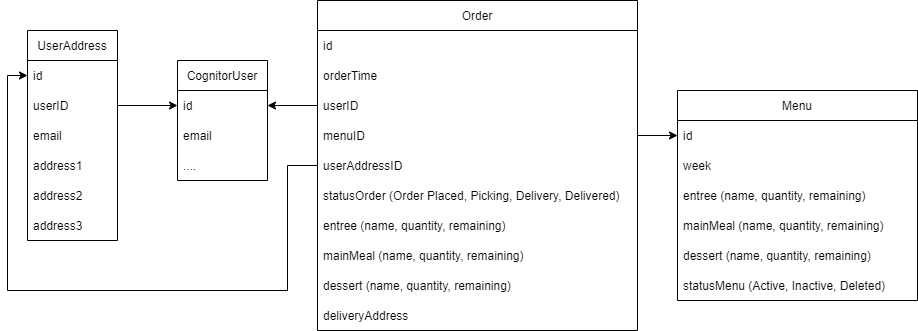
The draw.io diagram Tables.png in tritri251214/exercise-hel, before a commit. Source tidied: cells renumbered, new cells last; positions are measured from the earlier drawing's top-left corner, leaving out a move shared by most shapes.
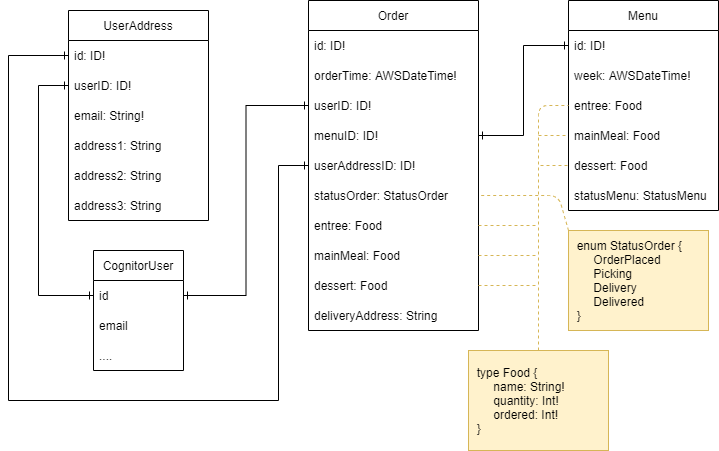
The same file after the commit.

Change to the diagram source:
```diff
@@ -2,97 +2,94 @@
   <root>
     <mxCell id="0" />
     <mxCell id="1" parent="0" />
-    <mxCell id="2" style="edgeStyle=orthogonalEdgeStyle;rounded=0;jettySize=auto;html=1;fontFamily=Helvetica;fontSize=12;fontColor=default;entryX=0;entryY=0.5;entryDx=0;entryDy=0;exitX=1;exitY=0.5;exitDx=0;exitDy=0;" parent="1" edge="1" source="5" target="31">
-      <mxGeometry relative="1" as="geometry" />
+    <mxCell id="2" style="edgeStyle=orthogonalEdgeStyle;rounded=0;jettySize=auto;html=1;fontFamily=Helvetica;fontSize=12;fontColor=default;entryX=0;entryY=0.5;entryDx=0;entryDy=0;exitX=0;exitY=0.5;exitDx=0;exitDy=0;endArrow=ERone;endFill=0;startArrow=ERone;startFill=0;" parent="1" edge="1" source="5" target="31">
+      <mxGeometry relative="1" as="geometry">
+        <Array as="points">
+          <mxPoint x="240" y="35" />
+          <mxPoint x="240" y="245" />
+        </Array>
+      </mxGeometry>
     </mxCell>
     <mxCell id="3" value="UserAddress" style="swimlane;fontStyle=0;horizontal=1;startSize=30;" parent="1" vertex="1">
-      <mxGeometry x="20" y="30" width="90" height="210" as="geometry" />
+      <mxGeometry x="270" y="-40" width="140" height="210" as="geometry" />
     </mxCell>
-    <mxCell id="4" value="id" style="text;strokeColor=none;fillColor=none;align=left;verticalAlign=middle;spacingLeft=4;spacingRight=4;overflow=hidden;points=[[0,0.5],[1,0.5]];portConstraint=eastwest;" parent="3" vertex="1">
-      <mxGeometry y="30" width="90" height="30" as="geometry" />
+    <mxCell id="4" value="id: ID!" style="text;strokeColor=none;fillColor=none;align=left;verticalAlign=middle;spacingLeft=4;spacingRight=4;overflow=hidden;points=[[0,0.5],[1,0.5]];portConstraint=eastwest;" parent="3" vertex="1">
+      <mxGeometry y="30" width="140" height="30" as="geometry" />
     </mxCell>
-    <mxCell id="5" value="userID" style="text;strokeColor=none;fillColor=none;align=left;verticalAlign=middle;spacingLeft=4;spacingRight=4;overflow=hidden;points=[[0,0.5],[1,0.5]];portConstraint=eastwest;" parent="3" vertex="1">
-      <mxGeometry y="60" width="90" height="30" as="geometry" />
+    <mxCell id="5" value="userID: ID!" style="text;strokeColor=none;fillColor=none;align=left;verticalAlign=middle;spacingLeft=4;spacingRight=4;overflow=hidden;points=[[0,0.5],[1,0.5]];portConstraint=eastwest;" parent="3" vertex="1">
+      <mxGeometry y="60" width="140" height="30" as="geometry" />
     </mxCell>
-    <mxCell id="6" value="email" style="text;strokeColor=none;fillColor=none;align=left;verticalAlign=middle;spacingLeft=4;spacingRight=4;overflow=hidden;" parent="3" vertex="1">
-      <mxGeometry y="90" width="90" height="30" as="geometry" />
+    <mxCell id="6" value="email: String!" style="text;strokeColor=none;fillColor=none;align=left;verticalAlign=middle;spacingLeft=4;spacingRight=4;overflow=hidden;" parent="3" vertex="1">
+      <mxGeometry y="90" width="140" height="30" as="geometry" />
     </mxCell>
-    <mxCell id="7" value="address1" style="text;strokeColor=none;fillColor=none;align=left;verticalAlign=middle;spacingLeft=4;spacingRight=4;overflow=hidden;" parent="3" vertex="1">
-      <mxGeometry y="120" width="90" height="30" as="geometry" />
+    <mxCell id="7" value="address1: String" style="text;strokeColor=none;fillColor=none;align=left;verticalAlign=middle;spacingLeft=4;spacingRight=4;overflow=hidden;" parent="3" vertex="1">
+      <mxGeometry y="120" width="140" height="30" as="geometry" />
     </mxCell>
-    <mxCell id="8" value="address2" style="text;strokeColor=none;fillColor=none;align=left;verticalAlign=middle;spacingLeft=4;spacingRight=4;overflow=hidden;" parent="3" vertex="1">
-      <mxGeometry y="150" width="90" height="30" as="geometry" />
+    <mxCell id="8" value="address2: String" style="text;strokeColor=none;fillColor=none;align=left;verticalAlign=middle;spacingLeft=4;spacingRight=4;overflow=hidden;" parent="3" vertex="1">
+      <mxGeometry y="150" width="140" height="30" as="geometry" />
     </mxCell>
-    <mxCell id="9" value="address3" style="text;strokeColor=none;fillColor=none;align=left;verticalAlign=middle;spacingLeft=4;spacingRight=4;overflow=hidden;" parent="3" vertex="1">
-      <mxGeometry y="180" width="90" height="30" as="geometry" />
+    <mxCell id="9" value="address3: String" style="text;strokeColor=none;fillColor=none;align=left;verticalAlign=middle;spacingLeft=4;spacingRight=4;overflow=hidden;" parent="3" vertex="1">
+      <mxGeometry y="180" width="140" height="30" as="geometry" />
     </mxCell>
     <mxCell id="10" value="Menu" style="swimlane;fontStyle=0;horizontal=1;startSize=30;" parent="1" vertex="1">
-      <mxGeometry x="670" y="90" width="240" height="210" as="geometry" />
+      <mxGeometry x="770" y="-50" width="150" height="210" as="geometry" />
     </mxCell>
-    <mxCell id="11" value="id" style="text;strokeColor=none;fillColor=none;align=left;verticalAlign=middle;spacingLeft=4;spacingRight=4;overflow=hidden;points=[[0,0.5],[1,0.5]];portConstraint=eastwest;" parent="10" vertex="1">
-      <mxGeometry y="30" width="240" height="30" as="geometry" />
+    <mxCell id="11" value="id: ID!" style="text;strokeColor=none;fillColor=none;align=left;verticalAlign=middle;spacingLeft=4;spacingRight=4;overflow=hidden;points=[[0,0.5],[1,0.5]];portConstraint=eastwest;" parent="10" vertex="1">
+      <mxGeometry y="30" width="150" height="30" as="geometry" />
     </mxCell>
-    <mxCell id="12" value="week" style="text;strokeColor=none;fillColor=none;align=left;verticalAlign=middle;spacingLeft=4;spacingRight=4;overflow=hidden;" parent="10" vertex="1">
-      <mxGeometry y="60" width="240" height="30" as="geometry" />
+    <mxCell id="12" value="week: AWSDateTime!" style="text;strokeColor=none;fillColor=none;align=left;verticalAlign=middle;spacingLeft=4;spacingRight=4;overflow=hidden;" parent="10" vertex="1">
+      <mxGeometry y="60" width="150" height="30" as="geometry" />
     </mxCell>
-    <mxCell id="13" value="entree (name, quantity, remaining)" style="text;strokeColor=none;fillColor=none;align=left;verticalAlign=middle;spacingLeft=4;spacingRight=4;overflow=hidden;points=[[0,0.5],[1,0.5]];portConstraint=eastwest;" parent="10" vertex="1">
-      <mxGeometry y="90" width="240" height="30" as="geometry" />
+    <mxCell id="13" value="entree: Food" style="text;strokeColor=none;fillColor=none;align=left;verticalAlign=middle;spacingLeft=4;spacingRight=4;overflow=hidden;points=[[0,0.5],[1,0.5]];portConstraint=eastwest;" parent="10" vertex="1">
+      <mxGeometry y="90" width="150" height="30" as="geometry" />
     </mxCell>
-    <mxCell id="14" value="mainMeal (name, quantity, remaining)" style="text;strokeColor=none;fillColor=none;align=left;verticalAlign=middle;spacingLeft=4;spacingRight=4;overflow=hidden;points=[[0,0.5],[1,0.5]];portConstraint=eastwest;" parent="10" vertex="1">
-      <mxGeometry y="120" width="240" height="30" as="geometry" />
+    <mxCell id="14" value="mainMeal: Food" style="text;strokeColor=none;fillColor=none;align=left;verticalAlign=middle;spacingLeft=4;spacingRight=4;overflow=hidden;points=[[0,0.5],[1,0.5]];portConstraint=eastwest;" parent="10" vertex="1">
+      <mxGeometry y="120" width="150" height="30" as="geometry" />
     </mxCell>
-    <mxCell id="15" value="dessert (name, quantity, remaining)" style="text;strokeColor=none;fillColor=none;align=left;verticalAlign=middle;spacingLeft=4;spacingRight=4;overflow=hidden;points=[[0,0.5],[1,0.5]];portConstraint=eastwest;" parent="10" vertex="1">
-      <mxGeometry y="150" width="240" height="30" as="geometry" />
+    <mxCell id="15" value="dessert: Food" style="text;strokeColor=none;fillColor=none;align=left;verticalAlign=middle;spacingLeft=4;spacingRight=4;overflow=hidden;points=[[0,0.5],[1,0.5]];portConstraint=eastwest;" parent="10" vertex="1">
+      <mxGeometry y="150" width="150" height="30" as="geometry" />
     </mxCell>
-    <mxCell id="16" value="statusMenu (Active, Inactive, Deleted)" style="text;strokeColor=none;fillColor=none;align=left;verticalAlign=middle;spacingLeft=4;spacingRight=4;overflow=hidden;" parent="10" vertex="1">
-      <mxGeometry y="180" width="240" height="30" as="geometry" />
+    <mxCell id="16" value="statusMenu: StatusMenu" style="text;strokeColor=none;fillColor=none;align=left;verticalAlign=middle;spacingLeft=4;spacingRight=4;overflow=hidden;" parent="10" vertex="1">
+      <mxGeometry y="180" width="150" height="30" as="geometry" />
     </mxCell>
     <mxCell id="17" value="Order" style="swimlane;fontStyle=0;horizontal=1;startSize=30;" parent="1" vertex="1">
-      <mxGeometry x="310" width="320" height="330" as="geometry" />
+      <mxGeometry x="510" y="-50" width="170" height="330" as="geometry" />
     </mxCell>
-    <mxCell id="18" value="id" style="text;strokeColor=none;fillColor=none;align=left;verticalAlign=middle;spacingLeft=4;spacingRight=4;overflow=hidden;" parent="17" vertex="1">
-      <mxGeometry y="30" width="320" height="30" as="geometry" />
+    <mxCell id="18" value="id: ID!" style="text;strokeColor=none;fillColor=none;align=left;verticalAlign=middle;spacingLeft=4;spacingRight=4;overflow=hidden;" parent="17" vertex="1">
+      <mxGeometry y="30" width="170" height="30" as="geometry" />
     </mxCell>
-    <mxCell id="19" value="orderTime" style="text;strokeColor=none;fillColor=none;align=left;verticalAlign=middle;spacingLeft=4;spacingRight=4;overflow=hidden;" parent="17" vertex="1">
-      <mxGeometry y="60" width="320" height="30" as="geometry" />
+    <mxCell id="19" value="orderTime: AWSDateTime!" style="text;strokeColor=none;fillColor=none;align=left;verticalAlign=middle;spacingLeft=4;spacingRight=4;overflow=hidden;" parent="17" vertex="1">
+      <mxGeometry y="60" width="170" height="30" as="geometry" />
     </mxCell>
-    <mxCell id="20" value="userID" style="text;strokeColor=none;fillColor=none;align=left;verticalAlign=middle;spacingLeft=4;spacingRight=4;overflow=hidden;points=[[0,0.5],[1,0.5]];portConstraint=eastwest;" parent="17" vertex="1">
-      <mxGeometry y="90" width="320" height="30" as="geometry" />
+    <mxCell id="20" value="userID: ID!" style="text;strokeColor=none;fillColor=none;align=left;verticalAlign=middle;spacingLeft=4;spacingRight=4;overflow=hidden;points=[[0,0.5],[1,0.5]];portConstraint=eastwest;" parent="17" vertex="1">
+      <mxGeometry y="90" width="170" height="30" as="geometry" />
     </mxCell>
-    <mxCell id="21" value="menuID" style="text;strokeColor=none;fillColor=none;align=left;verticalAlign=middle;spacingLeft=4;spacingRight=4;overflow=hidden;points=[[0,0.5],[1,0.5]];portConstraint=eastwest;" parent="17" vertex="1">
-      <mxGeometry y="120" width="320" height="30" as="geometry" />
+    <mxCell id="21" value="menuID: ID!" style="text;strokeColor=none;fillColor=none;align=left;verticalAlign=middle;spacingLeft=4;spacingRight=4;overflow=hidden;points=[[0,0.5],[1,0.5]];portConstraint=eastwest;" parent="17" vertex="1">
+      <mxGeometry y="120" width="170" height="30" as="geometry" />
     </mxCell>
-    <mxCell id="22" value="userAddressID" style="text;strokeColor=none;fillColor=none;align=left;verticalAlign=middle;spacingLeft=4;spacingRight=4;overflow=hidden;points=[[0,0.5],[1,0.5]];portConstraint=eastwest;" parent="17" vertex="1">
-      <mxGeometry y="150" width="320" height="30" as="geometry" />
+    <mxCell id="22" value="userAddressID: ID!" style="text;strokeColor=none;fillColor=none;align=left;verticalAlign=middle;spacingLeft=4;spacingRight=4;overflow=hidden;points=[[0,0.5],[1,0.5]];portConstraint=eastwest;" parent="17" vertex="1">
+      <mxGeometry y="150" width="170" height="30" as="geometry" />
     </mxCell>
-    <mxCell id="23" value="statusOrder (Order Placed, Picking, Delivery, Delivered)" style="text;strokeColor=none;fillColor=none;align=left;verticalAlign=middle;spacingLeft=4;spacingRight=4;overflow=hidden;points=[[0,0.5],[1,0.5]];portConstraint=eastwest;" parent="17" vertex="1">
-      <mxGeometry y="180" width="320" height="30" as="geometry" />
+    <mxCell id="23" value="statusOrder: StatusOrder" style="text;strokeColor=none;fillColor=none;align=left;verticalAlign=middle;spacingLeft=4;spacingRight=4;overflow=hidden;points=[[0,0.5],[1,0.5]];portConstraint=eastwest;" parent="17" vertex="1">
+      <mxGeometry y="180" width="170" height="30" as="geometry" />
     </mxCell>
-    <mxCell id="24" value="entree (name, quantity, remaining)" style="text;strokeColor=none;fillColor=none;align=left;verticalAlign=middle;spacingLeft=4;spacingRight=4;overflow=hidden;points=[[0,0.5],[1,0.5]];portConstraint=eastwest;" parent="17" vertex="1">
-      <mxGeometry y="210" width="320" height="30" as="geometry" />
+    <mxCell id="24" value="entree: Food" style="text;strokeColor=none;fillColor=none;align=left;verticalAlign=middle;spacingLeft=4;spacingRight=4;overflow=hidden;points=[[0,0.5],[1,0.5]];portConstraint=eastwest;" parent="17" vertex="1">
+      <mxGeometry y="210" width="170" height="30" as="geometry" />
     </mxCell>
-    <mxCell id="25" value="mainMeal (name, quantity, remaining)" style="text;strokeColor=none;fillColor=none;align=left;verticalAlign=middle;spacingLeft=4;spacingRight=4;overflow=hidden;points=[[0,0.5],[1,0.5]];portConstraint=eastwest;" parent="17" vertex="1">
-      <mxGeometry y="240" width="320" height="30" as="geometry" />
+    <mxCell id="25" value="mainMeal: Food" style="text;strokeColor=none;fillColor=none;align=left;verticalAlign=middle;spacingLeft=4;spacingRight=4;overflow=hidden;points=[[0,0.5],[1,0.5]];portConstraint=eastwest;" parent="17" vertex="1">
+      <mxGeometry y="240" width="170" height="30" as="geometry" />
     </mxCell>
-    <mxCell id="26" value="dessert (name, quantity, remaining)" style="text;strokeColor=none;fillColor=none;align=left;verticalAlign=middle;spacingLeft=4;spacingRight=4;overflow=hidden;points=[[0,0.5],[1,0.5]];portConstraint=eastwest;" parent="17" vertex="1">
-      <mxGeometry y="270" width="320" height="30" as="geometry" />
+    <mxCell id="26" value="dessert: Food" style="text;strokeColor=none;fillColor=none;align=left;verticalAlign=middle;spacingLeft=4;spacingRight=4;overflow=hidden;points=[[0,0.5],[1,0.5]];portConstraint=eastwest;" parent="17" vertex="1">
+      <mxGeometry y="270" width="170" height="30" as="geometry" />
     </mxCell>
-    <mxCell id="27" value="deliveryAddress" style="text;strokeColor=none;fillColor=none;align=left;verticalAlign=middle;spacingLeft=4;spacingRight=4;overflow=hidden;" parent="17" vertex="1">
-      <mxGeometry y="300" width="320" height="30" as="geometry" />
+    <mxCell id="27" value="deliveryAddress: String" style="text;strokeColor=none;fillColor=none;align=left;verticalAlign=middle;spacingLeft=4;spacingRight=4;overflow=hidden;" parent="17" vertex="1">
+      <mxGeometry y="300" width="170" height="30" as="geometry" />
     </mxCell>
-    <mxCell id="28" style="edgeStyle=orthogonalEdgeStyle;rounded=0;jettySize=auto;html=1;fontFamily=Helvetica;fontSize=12;fontColor=default;entryX=0;entryY=0.5;entryDx=0;entryDy=0;" parent="1" edge="1" source="21" target="11">
+    <mxCell id="28" style="edgeStyle=orthogonalEdgeStyle;rounded=0;jettySize=auto;html=1;fontFamily=Helvetica;fontSize=12;fontColor=default;entryX=0;entryY=0.5;entryDx=0;entryDy=0;startArrow=ERone;startFill=0;endArrow=ERone;endFill=0;" parent="1" edge="1" source="21" target="11">
       <mxGeometry relative="1" as="geometry" />
     </mxCell>
-    <mxCell id="29" style="edgeStyle=orthogonalEdgeStyle;rounded=0;jettySize=auto;html=1;fontFamily=Helvetica;fontSize=12;fontColor=default;entryX=1;entryY=0.5;entryDx=0;entryDy=0;exitX=0;exitY=0.5;exitDx=0;exitDy=0;" parent="1" edge="1" source="20" target="31">
-      <mxGeometry relative="1" as="geometry">
-        <Array as="points">
-          <mxPoint x="270" y="105" />
-          <mxPoint x="270" y="105" />
-        </Array>
-      </mxGeometry>
-    </mxCell>
     <mxCell id="30" value="CognitorUser" style="swimlane;fontStyle=0;horizontal=1;startSize=30;" parent="1" vertex="1">
-      <mxGeometry x="170" y="60" width="90" height="120" as="geometry" />
+      <mxGeometry x="295" y="200" width="90" height="120" as="geometry" />
     </mxCell>
     <mxCell id="31" value="id" style="text;strokeColor=none;fillColor=none;align=left;verticalAlign=middle;spacingLeft=4;spacingRight=4;overflow=hidden;points=[[0,0.5],[1,0.5]];portConstraint=eastwest;" parent="30" vertex="1">
       <mxGeometry y="30" width="90" height="30" as="geometry" />
@@ -103,15 +100,63 @@
     <mxCell id="33" value="...." style="text;strokeColor=none;fillColor=none;align=left;verticalAlign=middle;spacingLeft=4;spacingRight=4;overflow=hidden;" parent="30" vertex="1">
       <mxGeometry y="90" width="90" height="30" as="geometry" />
     </mxCell>
-    <mxCell id="34" style="edgeStyle=orthogonalEdgeStyle;rounded=0;jettySize=auto;html=1;fontFamily=Helvetica;fontSize=12;fontColor=default;entryX=0;entryY=0.5;entryDx=0;entryDy=0;exitX=0;exitY=0.5;exitDx=0;exitDy=0;" parent="1" edge="1" source="22" target="4">
+    <mxCell id="34" style="edgeStyle=orthogonalEdgeStyle;rounded=0;jettySize=auto;html=1;fontFamily=Helvetica;fontSize=12;fontColor=default;exitX=0;exitY=0.5;exitDx=0;exitDy=0;startArrow=ERone;startFill=0;endArrow=ERone;endFill=0;entryX=0;entryY=0.5;entryDx=0;entryDy=0;" parent="1" edge="1" source="22" target="4">
       <mxGeometry relative="1" as="geometry">
         <Array as="points">
-          <mxPoint x="280" y="165" />
-          <mxPoint x="280" y="290" />
-          <mxPoint y="290" />
-          <mxPoint y="75" />
+          <mxPoint x="480" y="115" />
+          <mxPoint x="480" y="350" />
+          <mxPoint x="210" y="350" />
+          <mxPoint x="210" y="5" />
         </Array>
       </mxGeometry>
     </mxCell>
+    <mxCell id="29" style="edgeStyle=orthogonalEdgeStyle;rounded=0;jettySize=auto;html=1;fontFamily=Helvetica;fontSize=12;fontColor=default;entryX=1;entryY=0.5;entryDx=0;entryDy=0;exitX=0;exitY=0.5;exitDx=0;exitDy=0;endArrow=ERone;endFill=0;startArrow=ERone;startFill=0;" parent="1" edge="1" source="20" target="31">
+      <mxGeometry relative="1" as="geometry" />
+    </mxCell>
+    <mxCell id="35" value="&amp;nbsp; enum StatusOrder {&lt;br&gt;&amp;nbsp; &amp;nbsp; &amp;nbsp; &amp;nbsp;OrderPlaced&lt;br&gt;&amp;nbsp; &amp;nbsp; &amp;nbsp; &amp;nbsp;Picking&lt;br&gt;&amp;nbsp; &amp;nbsp; &amp;nbsp; &amp;nbsp;Delivery&lt;br&gt;&amp;nbsp; &amp;nbsp; &amp;nbsp; &amp;nbsp;Delivered&lt;br&gt;&amp;nbsp; }" style="rounded=0;whiteSpace=wrap;html=1;fillColor=#fff2cc;strokeColor=#d6b656;align=left;" parent="1" vertex="1">
+      <mxGeometry x="770" y="180" width="140" height="100" as="geometry" />
+    </mxCell>
+    <mxCell id="36" value="&amp;nbsp; type Food {&lt;br&gt;&amp;nbsp; &amp;nbsp; &amp;nbsp; &amp;nbsp;name: String!&lt;br&gt;&amp;nbsp; &amp;nbsp; &amp;nbsp; &amp;nbsp;quantity: Int!&lt;br&gt;&amp;nbsp; &amp;nbsp; &amp;nbsp; &amp;nbsp;ordered: Int!&lt;br&gt;&amp;nbsp; }" style="rounded=0;whiteSpace=wrap;html=1;fillColor=#fff2cc;strokeColor=#d6b656;align=left;" parent="1" vertex="1">
+      <mxGeometry x="670" y="300" width="140" height="100" as="geometry" />
+    </mxCell>
+    <mxCell id="37" style="endArrow=none;dashed=1;html=1;exitX=0;exitY=0;exitDx=0;exitDy=0;fillColor=#fff2cc;strokeColor=#d6b656;entryX=1;entryY=0.5;entryDx=0;entryDy=0;" parent="1" edge="1" source="35" target="23">
+      <mxGeometry relative="1" as="geometry">
+        <Array as="points">
+          <mxPoint x="760" y="145" />
+        </Array>
+      </mxGeometry>
+    </mxCell>
+    <mxCell id="38" style="endArrow=none;dashed=1;html=1;exitX=0.5;exitY=0;exitDx=0;exitDy=0;fillColor=#fff2cc;strokeColor=#d6b656;entryX=0;entryY=0.5;entryDx=0;entryDy=0;" parent="1" edge="1" source="36" target="13">
+      <mxGeometry relative="1" as="geometry">
+        <Array as="points">
+          <mxPoint x="740" y="55" />
+        </Array>
+      </mxGeometry>
+    </mxCell>
+    <mxCell id="39" style="endArrow=none;dashed=1;html=1;fillColor=#fff2cc;strokeColor=#d6b656;entryX=0;entryY=0.5;entryDx=0;entryDy=0;" parent="1" edge="1" target="14">
+      <mxGeometry relative="1" as="geometry">
+        <mxPoint x="740" y="85" as="sourcePoint" />
+      </mxGeometry>
+    </mxCell>
+    <mxCell id="40" style="endArrow=none;dashed=1;html=1;fillColor=#fff2cc;strokeColor=#d6b656;entryX=0;entryY=0.5;entryDx=0;entryDy=0;" parent="1" edge="1" target="15">
+      <mxGeometry relative="1" as="geometry">
+        <mxPoint x="742" y="115" as="sourcePoint" />
+      </mxGeometry>
+    </mxCell>
+    <mxCell id="41" style="endArrow=none;dashed=1;html=1;fillColor=#fff2cc;strokeColor=#d6b656;exitX=1;exitY=0.5;exitDx=0;exitDy=0;" parent="1" edge="1" source="24">
+      <mxGeometry relative="1" as="geometry">
+        <mxPoint x="740" y="175" as="targetPoint" />
+      </mxGeometry>
+    </mxCell>
+    <mxCell id="42" style="endArrow=none;dashed=1;html=1;fillColor=#fff2cc;strokeColor=#d6b656;exitX=1;exitY=0.5;exitDx=0;exitDy=0;" parent="1" edge="1" source="25">
+      <mxGeometry relative="1" as="geometry">
+        <mxPoint x="740" y="205" as="targetPoint" />
+      </mxGeometry>
+    </mxCell>
+    <mxCell id="43" style="endArrow=none;dashed=1;html=1;fillColor=#fff2cc;strokeColor=#d6b656;exitX=1;exitY=0.5;exitDx=0;exitDy=0;" parent="1" edge="1" source="26">
+      <mxGeometry relative="1" as="geometry">
+        <mxPoint x="740" y="235" as="targetPoint" />
+      </mxGeometry>
+    </mxCell>
   </root>
 </mxGraphModel>
```
